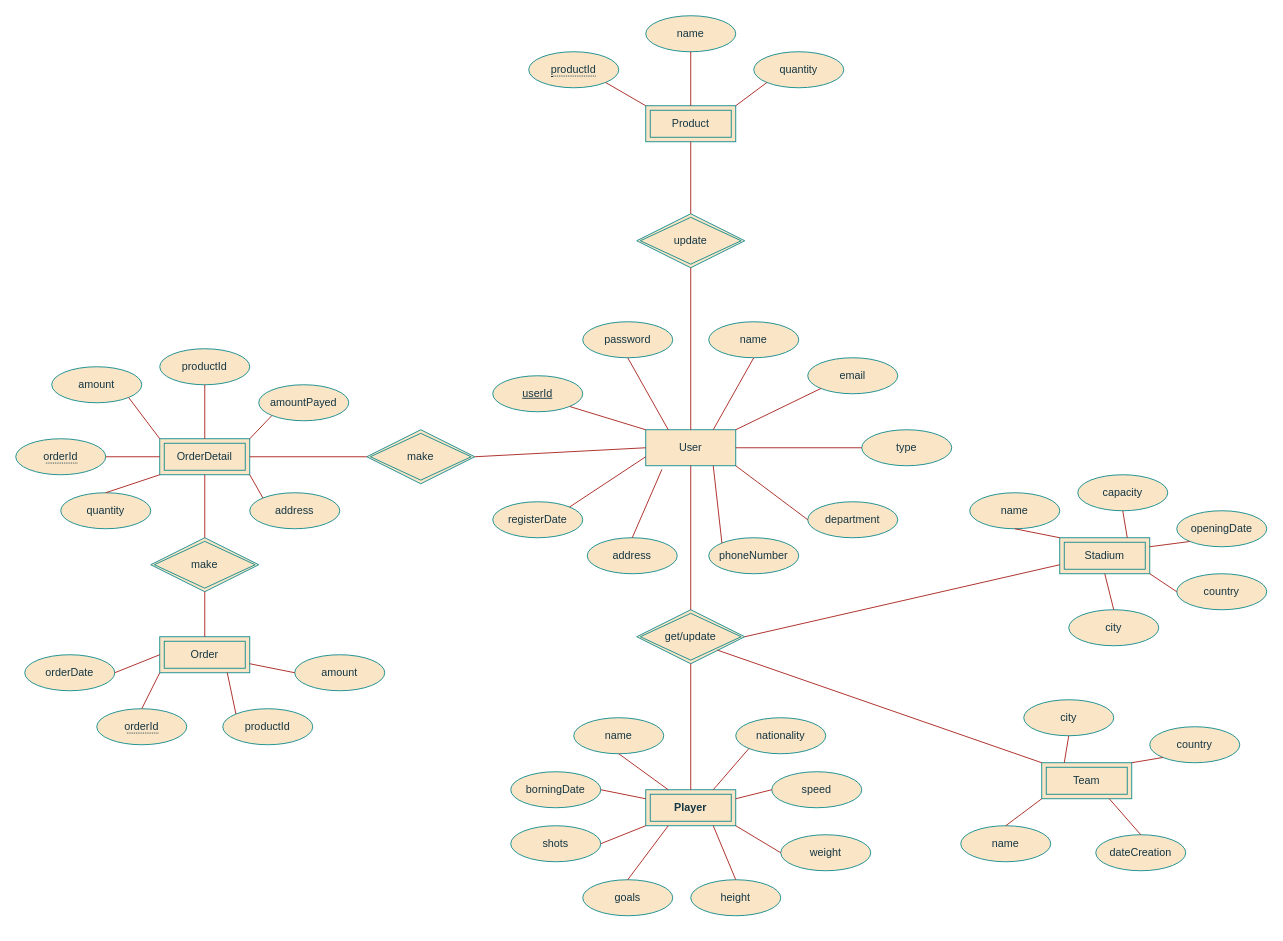
Above: Documentation/ERDiagram.drawio in Azuara97/HockeyLeagues (draw.io), before the change. Source tidied: cells renumbered, new cells numbered last; positions are measured from the earlier drawing's top-left corner, leaving out a move shared by most shapes. Both pictures are drawn from the tidied source at 90%, with x=0, y=0 at pixel (15, 15).
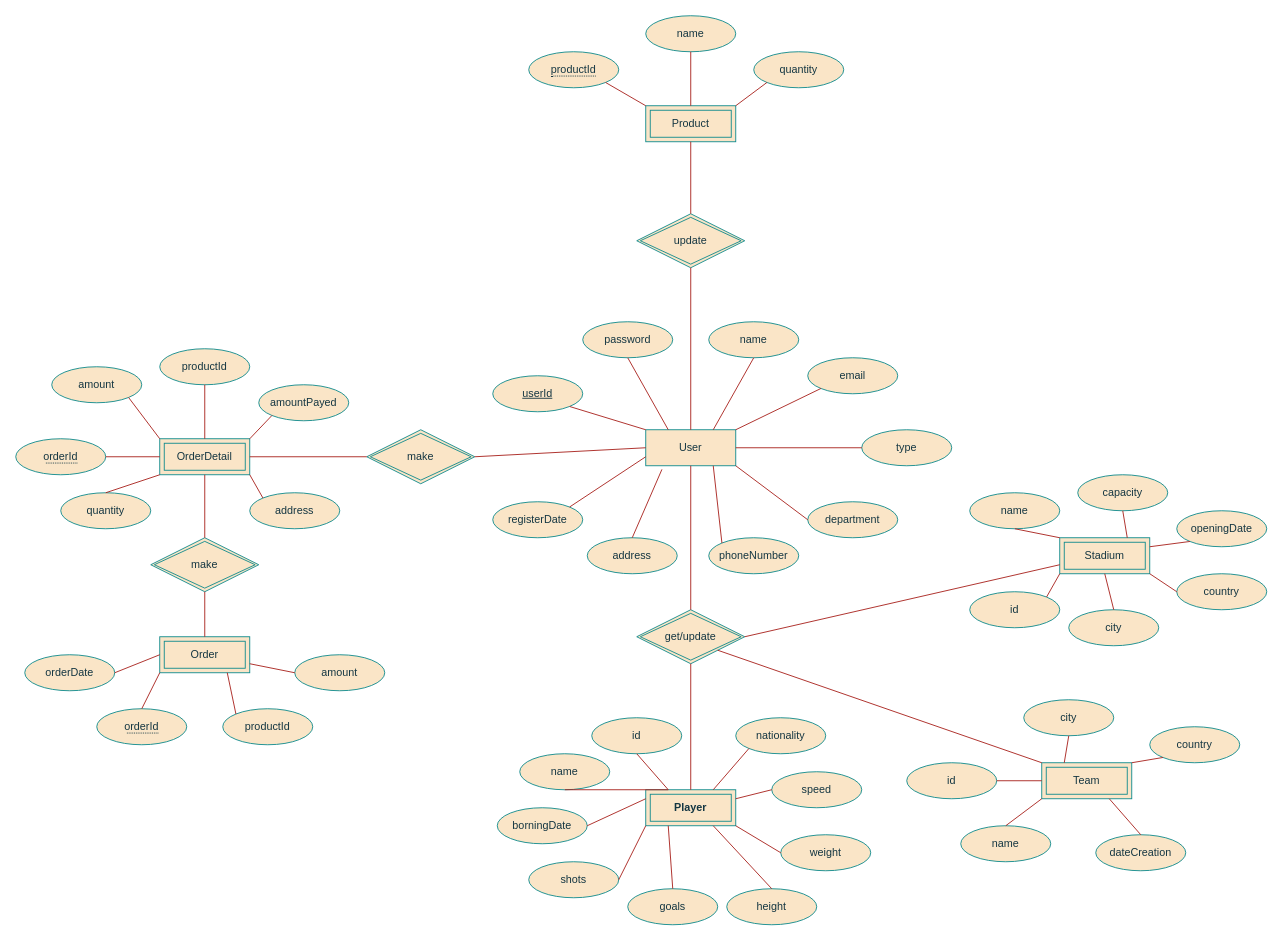
After the change.

Commit message (it also covers changes not shown here):
Added tables creation and updated diagrams

The change refers to these unchanged cells:
```xml
<mxCell id="59" value="Player" style="shape=ext;margin=3;double=1;whiteSpace=wrap;html=1;align=center;fontStyle=1;labelBackgroundColor=none;fillColor=#FAE5C7;strokeColor=#0F8B8D;fontColor=#143642;" parent="1" vertex="1">
  <mxGeometry x="700" y="860" width="100" height="40" as="geometry" />
</mxCell>
<mxCell id="61" value="Stadium" style="shape=ext;margin=3;double=1;whiteSpace=wrap;html=1;align=center;labelBackgroundColor=none;fillColor=#FAE5C7;strokeColor=#0F8B8D;fontColor=#143642;" parent="1" vertex="1">
  <mxGeometry x="1160" y="580" width="100" height="40" as="geometry" />
</mxCell>
<mxCell id="62" value="Team" style="shape=ext;margin=3;double=1;whiteSpace=wrap;html=1;align=center;labelBackgroundColor=none;fillColor=#FAE5C7;strokeColor=#0F8B8D;fontColor=#143642;" parent="1" vertex="1">
  <mxGeometry x="1140" y="830" width="100" height="40" as="geometry" />
</mxCell>
```

What changed in the source:
```diff
@@
     <mxCell id="63" value="name" style="ellipse;whiteSpace=wrap;html=1;align=center;labelBackgroundColor=none;fillColor=#FAE5C7;strokeColor=#0F8B8D;fontColor=#143642;" parent="1" vertex="1">
-      <mxGeometry x="620" y="780" width="100" height="40" as="geometry" />
+      <mxGeometry x="560" y="820" width="100" height="40" as="geometry" />
     </mxCell>
     <mxCell id="64" value="borningDate" style="ellipse;whiteSpace=wrap;html=1;align=center;labelBackgroundColor=none;fillColor=#FAE5C7;strokeColor=#0F8B8D;fontColor=#143642;" parent="1" vertex="1">
-      <mxGeometry x="550" y="840" width="100" height="40" as="geometry" />
+      <mxGeometry x="535" y="880" width="100" height="40" as="geometry" />
     </mxCell>
     <mxCell id="65" value="shots" style="ellipse;whiteSpace=wrap;html=1;align=center;labelBackgroundColor=none;fillColor=#FAE5C7;strokeColor=#0F8B8D;fontColor=#143642;" parent="1" vertex="1">
-      <mxGeometry x="550" y="900" width="100" height="40" as="geometry" />
+      <mxGeometry x="570" y="940" width="100" height="40" as="geometry" />
     </mxCell>
     <mxCell id="66" value="goals" style="ellipse;whiteSpace=wrap;html=1;align=center;labelBackgroundColor=none;fillColor=#FAE5C7;strokeColor=#0F8B8D;fontColor=#143642;" parent="1" vertex="1">
-      <mxGeometry x="630" y="960" width="100" height="40" as="geometry" />
+      <mxGeometry x="680" y="970" width="100" height="40" as="geometry" />
     </mxCell>
     <mxCell id="67" value="height" style="ellipse;whiteSpace=wrap;html=1;align=center;labelBackgroundColor=none;fillColor=#FAE5C7;strokeColor=#0F8B8D;fontColor=#143642;" parent="1" vertex="1">
-      <mxGeometry x="750" y="960" width="100" height="40" as="geometry" />
+      <mxGeometry x="790" y="970" width="100" height="40" as="geometry" />
     </mxCell>
@@
+    <mxCell id="101" value="id" style="ellipse;whiteSpace=wrap;html=1;align=center;labelBackgroundColor=none;fillColor=#FAE5C7;strokeColor=#0F8B8D;fontColor=#143642;" parent="1" vertex="1">
+      <mxGeometry x="640" y="780" width="100" height="40" as="geometry" />
+    </mxCell>
+    <mxCell id="102" value="id" style="ellipse;whiteSpace=wrap;html=1;align=center;labelBackgroundColor=none;fillColor=#FAE5C7;strokeColor=#0F8B8D;fontColor=#143642;" parent="1" vertex="1">
+      <mxGeometry x="990" y="830" width="100" height="40" as="geometry" />
+    </mxCell>
+    <mxCell id="103" value="id" style="ellipse;whiteSpace=wrap;html=1;align=center;labelBackgroundColor=none;fillColor=#FAE5C7;strokeColor=#0F8B8D;fontColor=#143642;" parent="1" vertex="1">
+      <mxGeometry x="1060" y="640" width="100" height="40" as="geometry" />
+    </mxCell>
+    <mxCell id="104" style="endArrow=none;html=1;rounded=0;entryX=0.5;entryY=1;entryDx=0;entryDy=0;exitX=0.25;exitY=0;exitDx=0;exitDy=0;labelBackgroundColor=none;strokeColor=#A8201A;fontColor=default;" parent="1" edge="1" source="59" target="101">
+      <mxGeometry relative="1" as="geometry" />
+    </mxCell>
+    <mxCell id="105" style="endArrow=none;html=1;rounded=0;entryX=1;entryY=0.5;entryDx=0;entryDy=0;exitX=0;exitY=0.5;exitDx=0;exitDy=0;labelBackgroundColor=none;strokeColor=#A8201A;fontColor=default;" parent="1" edge="1" source="62" target="102">
+      <mxGeometry relative="1" as="geometry" />
+    </mxCell>
+    <mxCell id="106" style="endArrow=none;html=1;rounded=0;entryX=1;entryY=0;entryDx=0;entryDy=0;exitX=0;exitY=1;exitDx=0;exitDy=0;labelBackgroundColor=none;strokeColor=#A8201A;fontColor=default;" parent="1" edge="1" source="61" target="103">
+      <mxGeometry relative="1" as="geometry" />
+    </mxCell>
```
